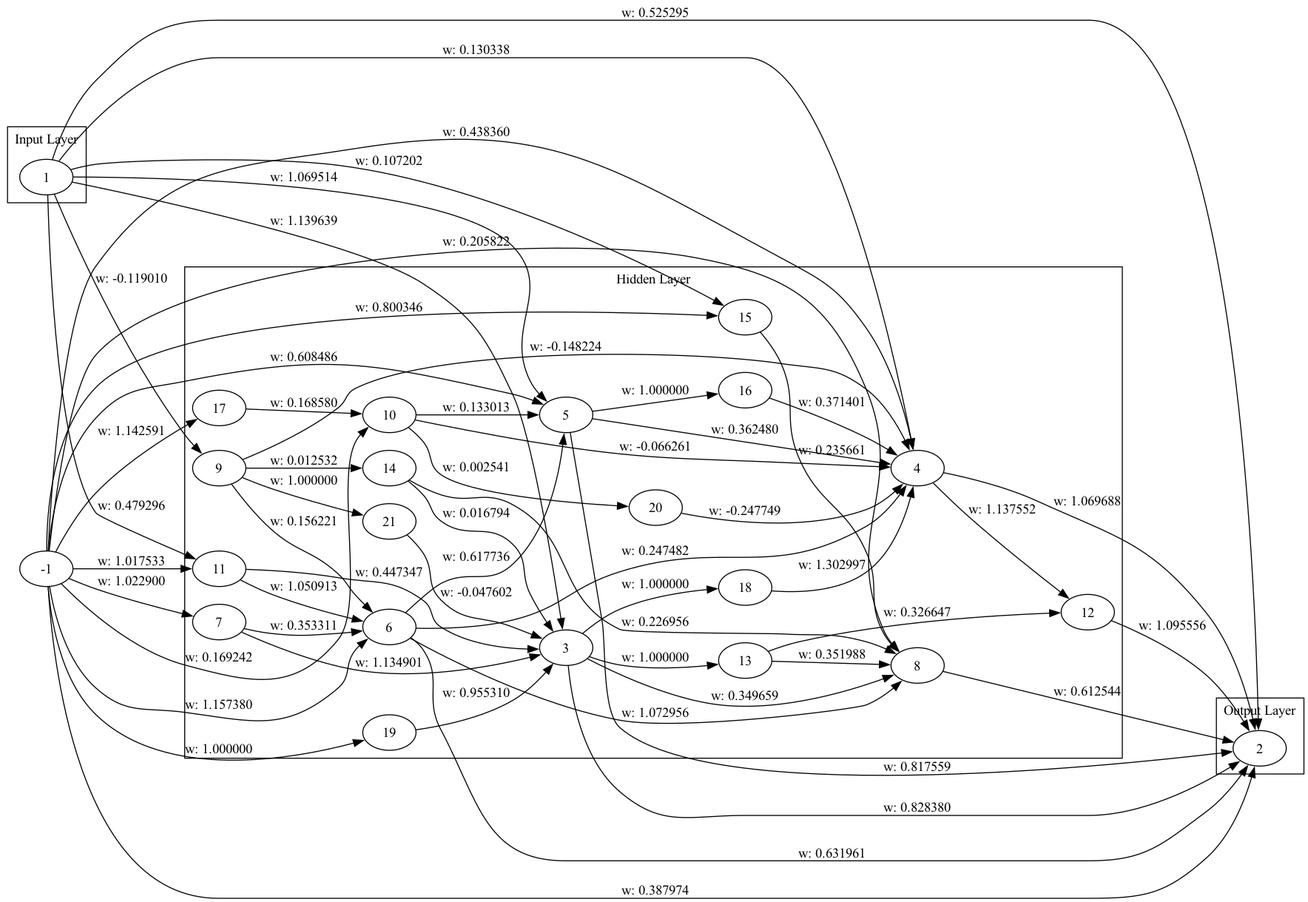
The Graphviz diagram genome_graph.png in malikAkurtz/TradingSystem, before a commit. Its source is kept beside it as genome_graph.dot.
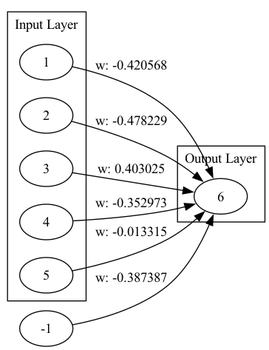
The same diagram one commit later.

Change to the diagram source:
```diff
@@ -3,86 +3,22 @@
   subgraph cluster_0 {
     label="Input Layer";
     1;
+    2;
+    3;
+    4;
+    5;
   }
   subgraph cluster_1 {
     label="Hidden Layer";
-    3;
-    4;
-    5;
-    6;
-    7;
-    8;
-    9;
-    10;
-    11;
-    12;
-    13;
-    14;
-    15;
-    16;
-    17;
-    18;
-    19;
-    20;
-    21;
   }
   subgraph cluster_2 {
     label="Output Layer";
-    2;
+    6;
   }
-  1 -> 2 [label="w: 0.525295"];
-  -1 -> 2 [label="w: 0.387974"];
-  1 -> 3 [label="w: 1.139639"];
-  3 -> 2 [label="w: 0.828380"];
-  4 -> 2 [label="w: 1.069688"];
-  1 -> 4 [label="w: 0.130338"];
-  1 -> 5 [label="w: 1.069514"];
-  5 -> 2 [label="w: 0.817559"];
-  -1 -> 4 [label="w: 0.438360"];
-  -1 -> 5 [label="w: 0.608486"];
-  -1 -> 6 [label="w: 1.157380"];
-  6 -> 5 [label="w: 0.617736"];
-  6 -> 2 [label="w: 0.631961"];
-  6 -> 4 [label="w: 0.247482"];
-  -1 -> 7 [label="w: 1.022900"];
-  7 -> 3 [label="w: 1.134901"];
-  6 -> 8 [label="w: 1.072956"];
-  8 -> 2 [label="w: 0.612544"];
-  1 -> 9 [label="w: -0.119010"];
-  -1 -> 10 [label="w: 0.169242"];
-  10 -> 4 [label="w: -0.066261"];
-  5 -> 4 [label="w: 0.362480"];
-  10 -> 5 [label="w: 0.133013"];
-  9 -> 4 [label="w: -0.148224"];
-  -1 -> 11 [label="w: 1.017533"];
-  11 -> 6 [label="w: 1.050913"];
-  7 -> 6 [label="w: 0.353311"];
-  -1 -> 8 [label="w: 0.205822"];
-  3 -> 8 [label="w: 0.349659"];
-  4 -> 12 [label="w: 1.137552"];
-  12 -> 2 [label="w: 1.095556"];
-  11 -> 3 [label="w: 0.447347"];
-  9 -> 6 [label="w: 0.156221"];
-  3 -> 13 [label="w: 1.000000"];
-  13 -> 8 [label="w: 0.351988"];
-  9 -> 14 [label="w: 0.012532"];
-  14 -> 3 [label="w: 0.016794"];
-  13 -> 12 [label="w: 0.326647"];
-  1 -> 11 [label="w: 0.479296"];
-  -1 -> 15 [label="w: 0.800346"];
-  15 -> 8 [label="w: 0.235661"];
-  5 -> 16 [label="w: 1.000000"];
-  16 -> 4 [label="w: 0.371401"];
-  1 -> 15 [label="w: 0.107202"];
-  -1 -> 17 [label="w: 1.142591"];
-  17 -> 10 [label="w: 0.168580"];
-  14 -> 8 [label="w: 0.226956"];
-  3 -> 18 [label="w: 1.000000"];
-  18 -> 4 [label="w: 1.302997"];
-  -1 -> 19 [label="w: 1.000000"];
-  19 -> 3 [label="w: 0.955310"];
-  10 -> 20 [label="w: 0.002541"];
-  20 -> 4 [label="w: -0.247749"];
-  9 -> 21 [label="w: 1.000000"];
-  21 -> 3 [label="w: -0.047602"];
+  1 -> 6 [label="w: -0.420568"];
+  2 -> 6 [label="w: -0.478229"];
+  3 -> 6 [label="w: 0.403025"];
+  4 -> 6 [label="w: -0.352973"];
+  5 -> 6 [label="w: -0.013315"];
+  -1 -> 6 [label="w: -0.387387"];
 }
```
